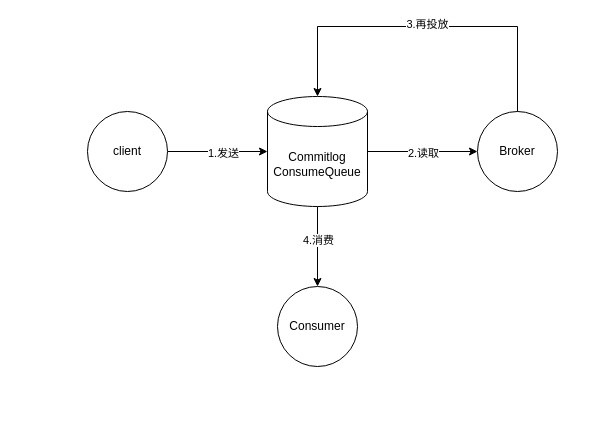
Earlier version of the draw.io diagram RocketMQ延迟消息.drawio (chenjinkai/drawstorage). Source tidied: cells renumbered, new cells numbered last; positions are measured from the earlier drawing's top-left corner, leaving out a move shared by most shapes. Both pictures are drawn from the tidied source at 100%, with x=0, y=0 at pixel (87, 26).
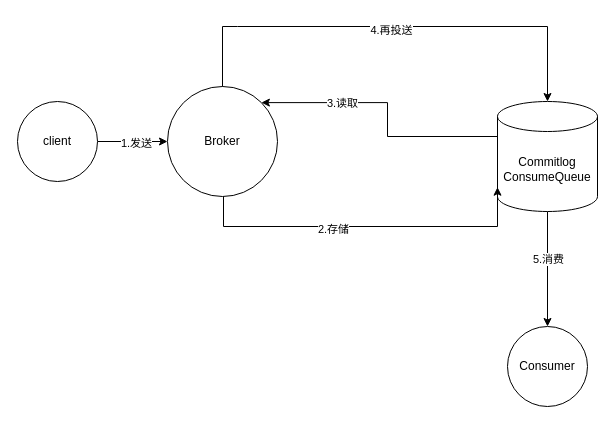
Above is the later version.

Commit message (it also covers changes not shown here):
更新RocketMQ延迟消息.drawio

Change to the diagram source:
```diff
@@
 <mxGraphModel>
   <root>
     <mxCell id="0" />
     <mxCell id="1" parent="0" />
-    <mxCell id="2" style="edgeStyle=orthogonalEdgeStyle;rounded=0;jettySize=auto;html=1;" parent="1" edge="1" source="4" target="9">
+    <mxCell id="2" style="edgeStyle=orthogonalEdgeStyle;rounded=0;jettySize=auto;html=1;entryX=0;entryY=0.5;entryDx=0;entryDy=0;" parent="1" edge="1" source="4" target="10">
       <mxGeometry relative="1" as="geometry" />
     </mxCell>
     <mxCell id="3" value="1.发送" style="edgeLabel;html=1;align=center;verticalAlign=middle;" parent="2" vertex="1">
       <mxGeometry x="0.09" y="-1" relative="1" as="geometry" />
     </mxCell>
     <mxCell id="4" value="client" style="ellipse;whiteSpace=wrap;html=1;" parent="1" vertex="1">
-      <mxGeometry y="85" width="80" height="80" as="geometry" />
+      <mxGeometry x="-70" y="75" width="80" height="80" as="geometry" />
     </mxCell>
-    <mxCell id="5" style="edgeStyle=orthogonalEdgeStyle;rounded=0;jettySize=auto;html=1;" parent="1" edge="1" source="9" target="10">
-      <mxGeometry relative="1" as="geometry" />
-    </mxCell>
-    <mxCell id="6" value="2.读取" style="edgeLabel;html=1;align=center;verticalAlign=middle;" parent="5" vertex="1">
-      <mxGeometry y="-1" relative="1" as="geometry" />
-    </mxCell>
     <mxCell id="7" style="edgeStyle=orthogonalEdgeStyle;rounded=0;jettySize=auto;html=1;" parent="1" edge="1" source="9" target="13">
       <mxGeometry relative="1" as="geometry" />
     </mxCell>
-    <mxCell id="8" value="4.消费" style="edgeLabel;html=1;align=center;verticalAlign=middle;" parent="7" vertex="1">
+    <mxCell id="8" value="5.消费" style="edgeLabel;html=1;align=center;verticalAlign=middle;" parent="7" vertex="1">
       <mxGeometry x="-0.18" relative="1" as="geometry" />
     </mxCell>
+    <mxCell id="5" style="edgeStyle=orthogonalEdgeStyle;rounded=0;jettySize=auto;html=1;exitX=0;exitY=0;exitDx=0;exitDy=35;exitPerimeter=0;entryX=1;entryY=0;entryDx=0;entryDy=0;" parent="1" edge="1" source="9" target="10">
+      <mxGeometry relative="1" as="geometry" />
+    </mxCell>
+    <mxCell id="14" value="3.读取" style="edgeLabel;html=1;align=center;verticalAlign=middle;" parent="5" vertex="1">
+      <mxGeometry x="0.4" relative="1" as="geometry" />
+    </mxCell>
     <mxCell id="9" value="Commitlog&lt;div&gt;ConsumeQueue&lt;/div&gt;" style="shape=cylinder3;whiteSpace=wrap;html=1;boundedLbl=1;backgroundOutline=1;size=15;" parent="1" vertex="1">
-      <mxGeometry x="180" y="70" width="100" height="110" as="geometry" />
+      <mxGeometry x="410" y="75" width="100" height="110" as="geometry" />
     </mxCell>
     <mxCell id="10" value="Broker" style="ellipse;whiteSpace=wrap;html=1;" parent="1" vertex="1">
-      <mxGeometry x="390" y="85" width="80" height="80" as="geometry" />
+      <mxGeometry x="80" y="60" width="110" height="110" as="geometry" />
     </mxCell>
     <mxCell id="11" style="edgeStyle=orthogonalEdgeStyle;rounded=0;jettySize=auto;html=1;entryX=0.5;entryY=0;entryDx=0;entryDy=0;entryPerimeter=0;exitX=0.5;exitY=0;exitDx=0;exitDy=0;" parent="1" edge="1" source="10" target="9">
       <mxGeometry relative="1" as="geometry">
         <Array as="points">
-          <mxPoint x="430" />
-          <mxPoint x="230" />
+          <mxPoint x="150" />
+          <mxPoint x="422" />
         </Array>
       </mxGeometry>
     </mxCell>
-    <mxCell id="12" value="3.再投放" style="edgeLabel;html=1;align=center;verticalAlign=middle;" parent="11" vertex="1">
+    <mxCell id="12" value="4.再投送" style="edgeLabel;html=1;align=center;verticalAlign=middle;" parent="11" vertex="1">
       <mxGeometry x="-0.01" y="-3" relative="1" as="geometry" />
     </mxCell>
     <mxCell id="13" value="Consumer" style="ellipse;whiteSpace=wrap;html=1;" parent="1" vertex="1">
-      <mxGeometry x="190" y="260" width="80" height="80" as="geometry" />
+      <mxGeometry x="420" y="300" width="80" height="80" as="geometry" />
     </mxCell>
+    <mxCell id="15" style="edgeStyle=orthogonalEdgeStyle;rounded=0;orthogonalLoop=1;jettySize=auto;html=1;entryX=0.145;entryY=1;entryDx=0;entryDy=-4.35;entryPerimeter=0;" parent="1" edge="1">
+      <mxGeometry relative="1" as="geometry">
+        <mxPoint x="136" y="170" as="sourcePoint" />
+        <mxPoint x="410" y="160.7" as="targetPoint" />
+        <Array as="points">
+          <mxPoint x="136" y="200" />
+          <mxPoint x="410" y="200" />
+        </Array>
+      </mxGeometry>
+    </mxCell>
+    <mxCell id="16" value="2.存储" style="edgeLabel;html=1;align=center;verticalAlign=middle;" parent="15" vertex="1">
+      <mxGeometry x="-0.19" y="-2" relative="1" as="geometry" />
+    </mxCell>
   </root>
 </mxGraphModel>
```
